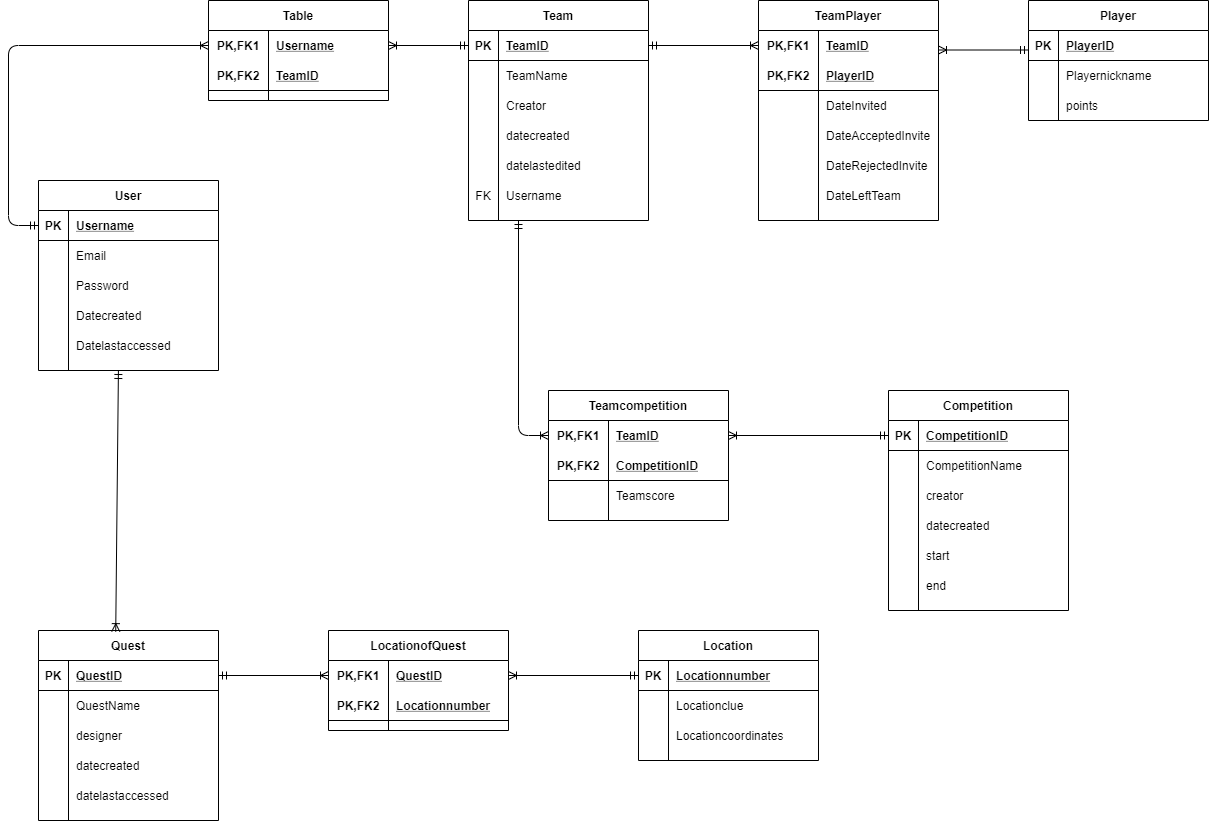
Earlier version of the draw.io export Images/FinalERDiagram.png (Rajeshwari-Rudra/GDP1). Source tidied: cells renumbered, new cells last; positions are measured from the earlier drawing's top-left corner, leaving out a move shared by most shapes.
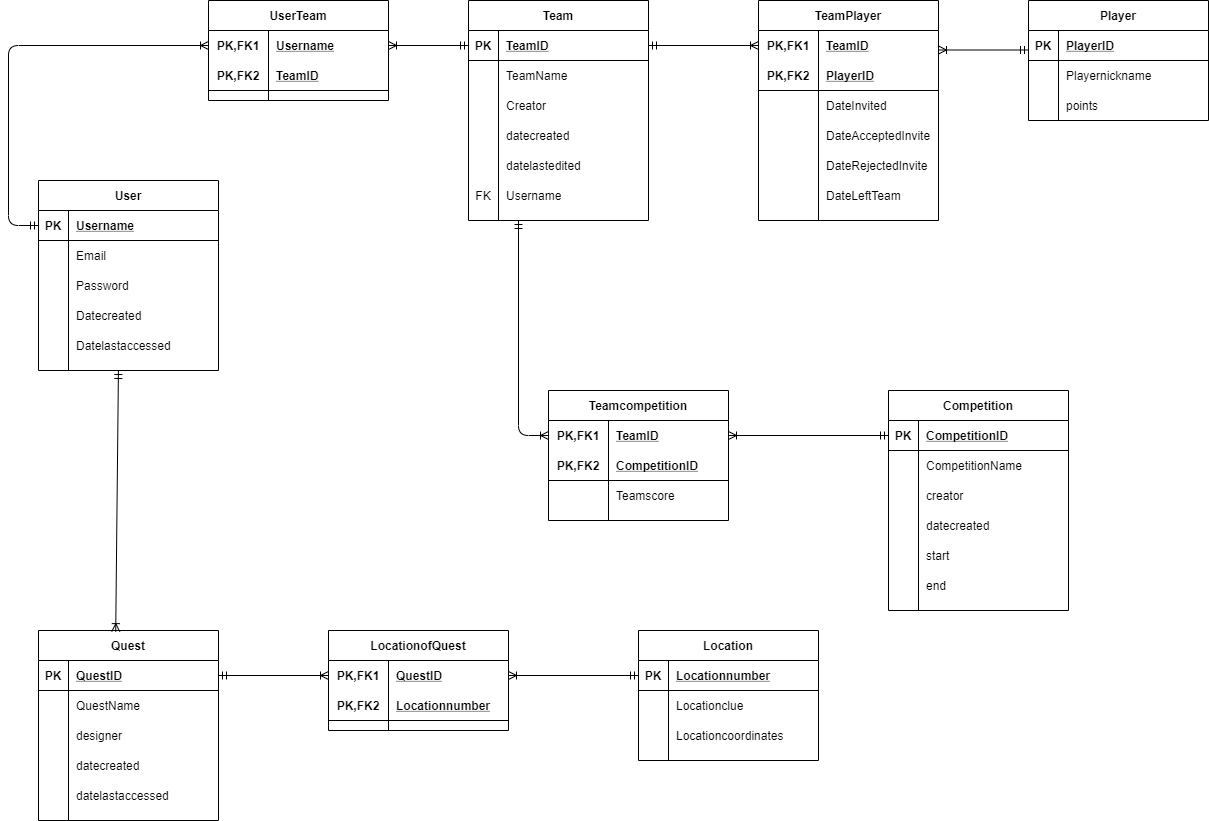
After the change.

What changed in the source:
```diff
@@ -239,7 +239,7 @@
     <mxCell id="80" value="end" style="shape=partialRectangle;fillColor=none;top=0;left=0;bottom=0;right=0;align=left;spacingLeft=6;overflow=hidden;" parent="78" vertex="1">
       <mxGeometry x="30" width="150" height="30" as="geometry" />
     </mxCell>
-    <mxCell id="81" value="Table" style="shape=table;startSize=30;rowLines=0;fontStyle=1;align=center;" parent="1" vertex="1">
+    <mxCell id="81" value="UserTeam" style="shape=table;startSize=30;rowLines=0;fontStyle=1;align=center;" parent="1" vertex="1">
       <mxGeometry x="200" width="180" height="100" as="geometry" />
     </mxCell>
     <mxCell id="82" style="shape=partialRectangle;fillColor=none;top=0;left=0;bottom=0;right=0;points=[[0,0.5],[1,0.5]];portConstraint=eastwest;" parent="81" vertex="1">
```
